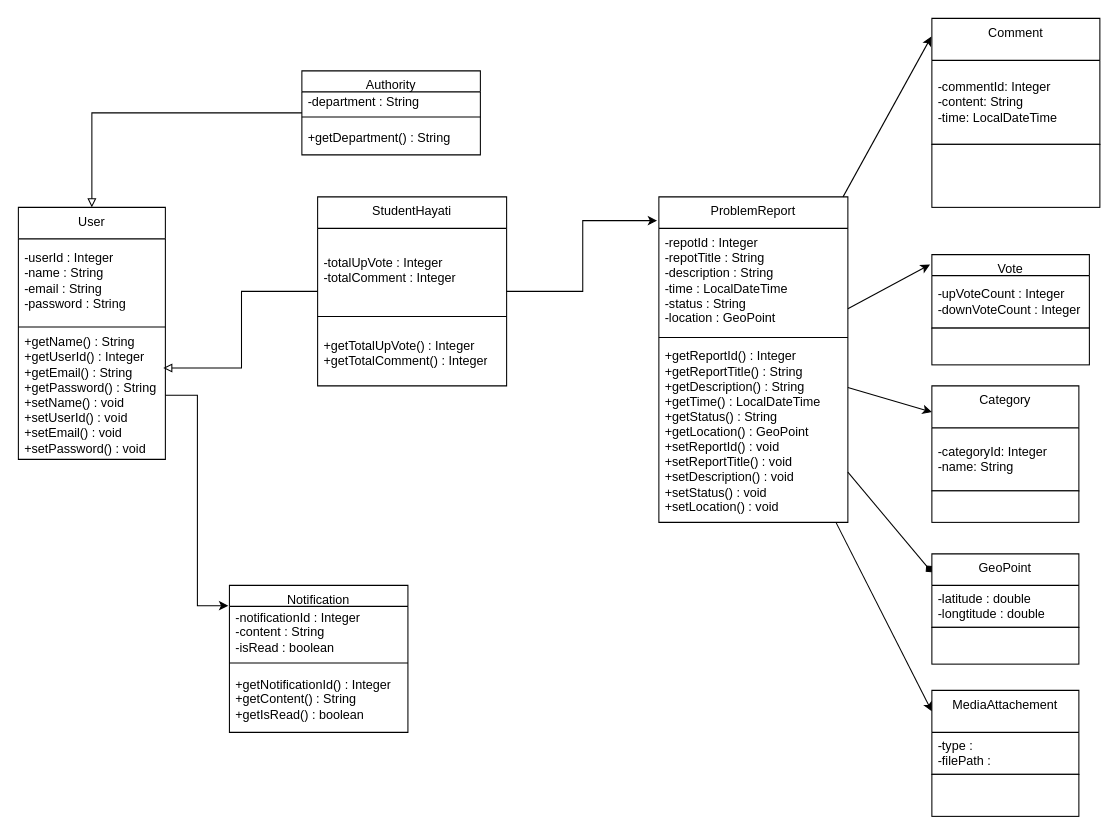
The draw.io diagram Untitled Diagram.drawio in hayatikocur/Student-Communication-and-Reporting-Network, before the edit. Source tidied: cells renumbered, new cells numbered last; positions are measured from the earlier drawing's top-left corner, leaving out a move shared by most shapes. Both pictures are drawn from the tidied source at 105%, with x=0, y=0 at pixel (18, 18).
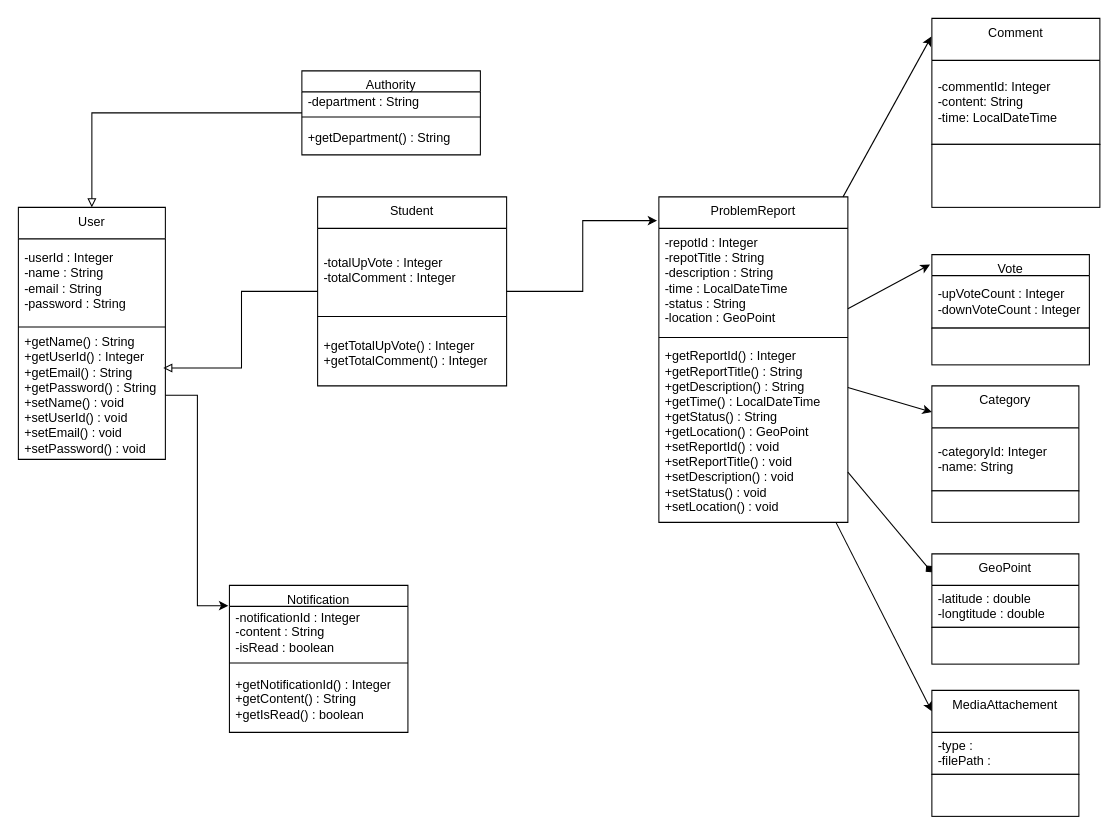
Above is the later version.

Commit message:
Güncelleme Hayati Silme Untitled Diagram.drawio

Change to the diagram source:
```diff
@@
-    <mxCell id="11" value="StudentHayati" style="swimlane;fontStyle=0;align=center;verticalAlign=top;horizontal=1;startSize=30;html=1;whiteSpace=wrap;" parent="1" vertex="1">
+    <mxCell id="11" value="Student" style="swimlane;fontStyle=0;align=center;verticalAlign=top;horizontal=1;startSize=30;html=1;whiteSpace=wrap;" parent="1" vertex="1">
       <mxGeometry x="285" y="170" width="180" height="180" as="geometry" />
     </mxCell>
```
